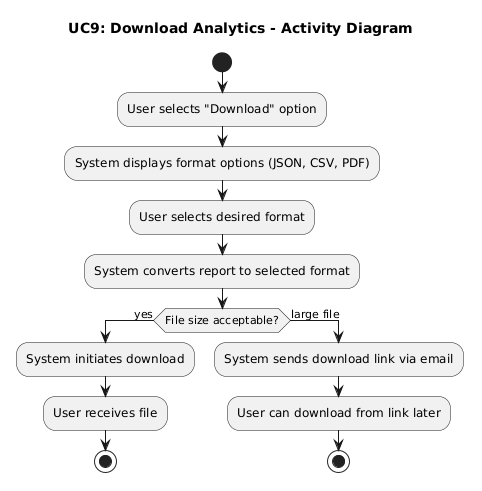
Above: requirements/activity_diagrams/UC9_Download_Analytics.png in ManosMorf97/Weather-Forecasts-AI-Remastered (PlantUML), before the change. The source it was exported from:
```plantuml
@startuml
title UC9: Download Analytics - Activity Diagram

start
:User selects "Download" option;
:System displays format options (JSON, CSV, PDF);
:User selects desired format;
:System converts report to selected format;

if (File size acceptable?) then (yes)
  :System initiates download;
  :User receives file;
  stop
else (large file)
  :System sends download link via email;
  :User can download from link later;
  stop
endif
@enduml
```
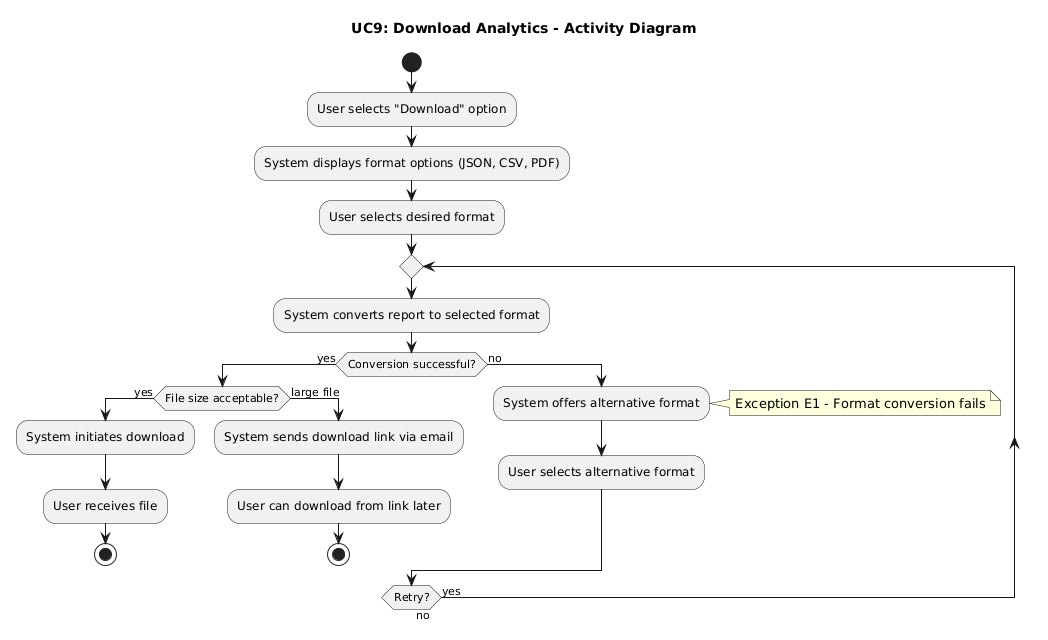
The same diagram one commit later.

Change to the diagram source:
```diff
@@ -5,15 +5,24 @@
 :User selects "Download" option;
 :System displays format options (JSON, CSV, PDF);
 :User selects desired format;
-:System converts report to selected format;
 
-if (File size acceptable?) then (yes)
-  :System initiates download;
-  :User receives file;
-  stop
-else (large file)
-  :System sends download link via email;
-  :User can download from link later;
-  stop
-endif
+repeat
+  :System converts report to selected format;
+
+  if (Conversion successful?) then (yes)
+    if (File size acceptable?) then (yes)
+      :System initiates download;
+      :User receives file;
+      stop
+    else (large file)
+      :System sends download link via email;
+      :User can download from link later;
+      stop
+    endif
+  else (no)
+    :System offers alternative format;
+    note right: Exception E1 - Format conversion fails
+    :User selects alternative format;
+  endif
+repeat while (Retry?) is (yes) not (no)
 @enduml
```
